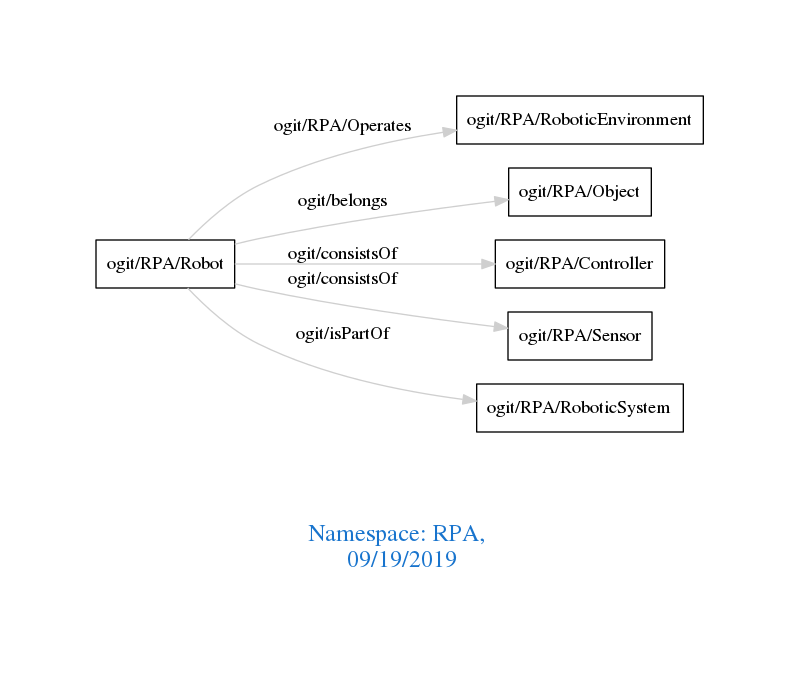
Above: downloads/RPA.png in arago/OGIT (Graphviz), before the change. Its source is kept beside it as downloads/RPA.dot.
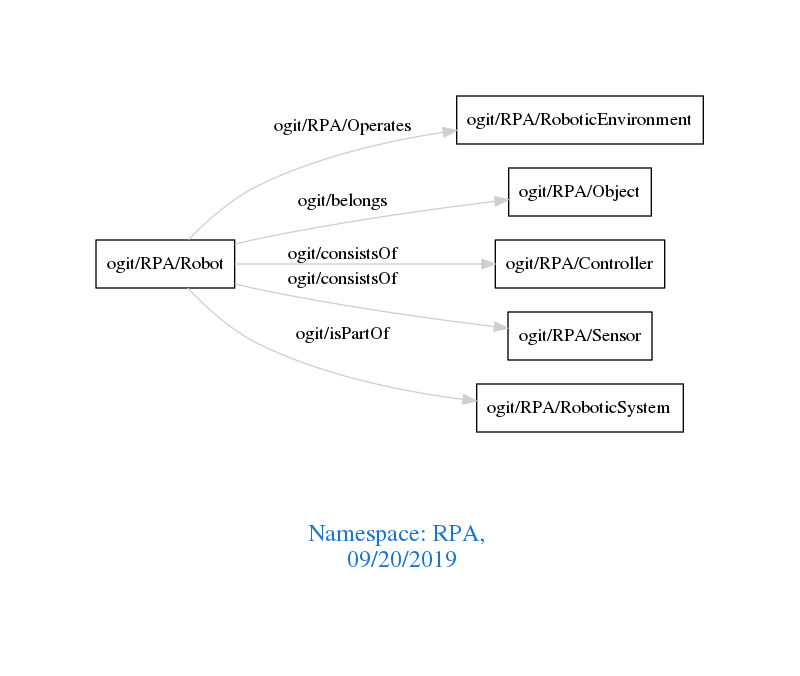
After the commit.

The edit, as a diff of the source:
```diff
@@ -1,7 +1,7 @@
 digraph OGIT_ontology {
  graph [ rankdir= LR,pad=1
 fontsize = 18,
-fontcolor= dodgerblue3,label = "\n\n\nNamespace: RPA, \n 09/19/2019"];
+fontcolor= dodgerblue3,label = "\n\n\nNamespace: RPA, \n 09/20/2019"];
 node[shape=polygon];
 edge [  color="gray81"];
 
```
